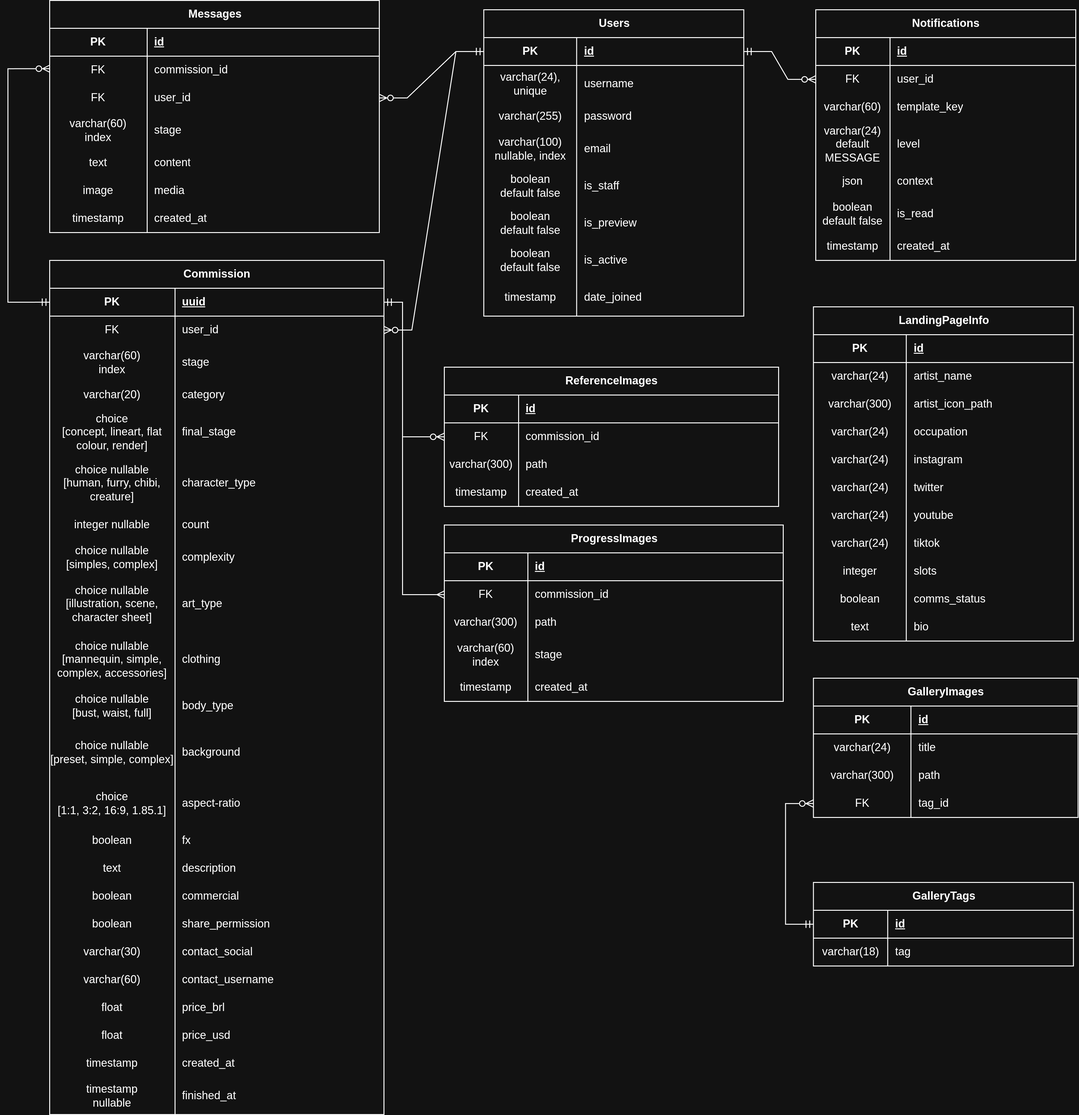
This is docs/diagramas/OAtelierER.png from nemesis-noctis/o-atelier, a draw.io export, as it was before one commit. Source tidied: cells renumbered, new cells last; positions are measured from the earlier drawing's top-left corner, leaving out a move shared by most shapes.
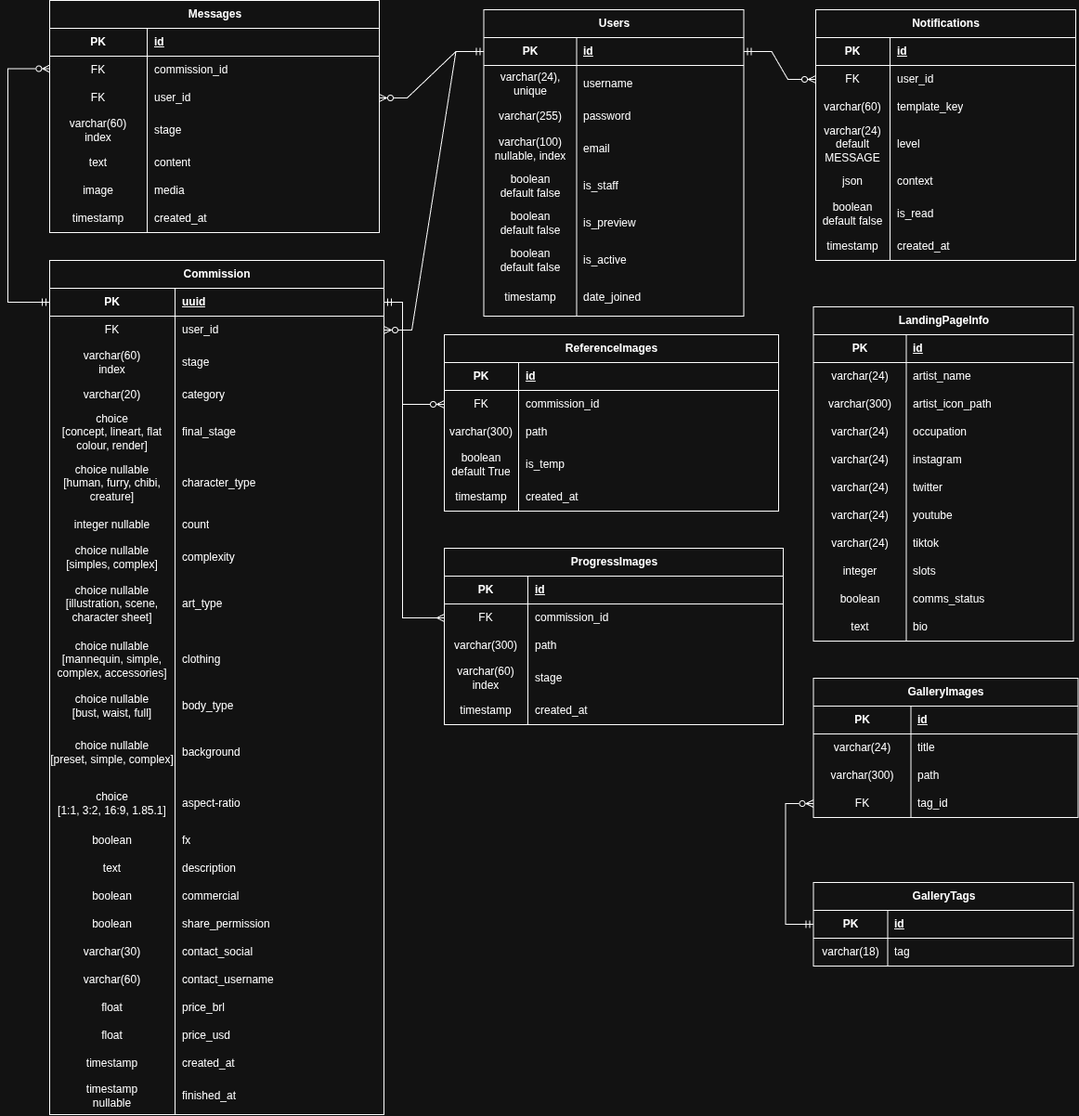
Above is the later version.

Commit message:
feat: Store temporary reference images to db and adjust models and docs to add is_temp column to reference images.

What changed in the source:
```diff
@@ -461,7 +461,7 @@
       <mxGeometry relative="1" as="geometry" />
     </mxCell>
     <mxCell id="153" value="ReferenceImages" style="shape=table;startSize=30;rowLines=0;fontStyle=1;align=center;html=1;" parent="1" vertex="1">
-      <mxGeometry x="470" y="395" width="360" height="150" as="geometry" />
+      <mxGeometry x="470" y="360" width="360" height="190" as="geometry" />
     </mxCell>
     <mxCell id="154" style="shape=tableRow;horizontal=0;startSize=0;swimlaneHead=0;swimlaneBody=0;fillColor=none;top=0;left=0;right=0;bottom=1;" parent="153" vertex="1">
       <mxGeometry y="30" width="360" height="30" as="geometry" />
@@ -490,8 +490,17 @@
     <mxCell id="162" value="path" style="shape=partialRectangle;fillColor=none;top=0;left=0;bottom=0;right=0;align=left;spacingLeft=6;overflow=hidden;whiteSpace=wrap;html=1;" parent="160" vertex="1">
       <mxGeometry x="80" width="280" height="30" as="geometry" />
     </mxCell>
+    <mxCell id="231" style="shape=tableRow;horizontal=0;startSize=0;swimlaneHead=0;swimlaneBody=0;fillColor=none;top=0;left=0;right=0;bottom=0;" parent="153" vertex="1">
+      <mxGeometry y="120" width="360" height="40" as="geometry" />
+    </mxCell>
+    <mxCell id="232" value="boolean&lt;br&gt;default True" style="shape=partialRectangle;fillColor=none;top=0;left=0;bottom=0;right=0;overflow=hidden;whiteSpace=wrap;html=1;" parent="231" vertex="1">
+      <mxGeometry width="80" height="40" as="geometry" />
+    </mxCell>
+    <mxCell id="233" value="is_temp" style="shape=partialRectangle;fillColor=none;top=0;left=0;bottom=0;right=0;align=left;spacingLeft=6;overflow=hidden;whiteSpace=wrap;html=1;" parent="231" vertex="1">
+      <mxGeometry x="80" width="280" height="40" as="geometry" />
+    </mxCell>
     <mxCell id="163" style="shape=tableRow;horizontal=0;startSize=0;swimlaneHead=0;swimlaneBody=0;fillColor=none;top=0;left=0;right=0;bottom=0;" parent="153" vertex="1">
-      <mxGeometry y="120" width="360" height="30" as="geometry" />
+      <mxGeometry y="160" width="360" height="30" as="geometry" />
     </mxCell>
     <mxCell id="164" value="timestamp" style="shape=partialRectangle;fillColor=none;top=0;left=0;bottom=0;right=0;overflow=hidden;whiteSpace=wrap;html=1;" parent="163" vertex="1">
       <mxGeometry width="80" height="30" as="geometry" />
@@ -500,7 +509,7 @@
       <mxGeometry x="80" width="280" height="30" as="geometry" />
     </mxCell>
     <mxCell id="166" value="ProgressImages" style="shape=table;startSize=30;rowLines=0;fontStyle=1;align=center;html=1;" parent="1" vertex="1">
-      <mxGeometry x="470" y="565" width="365" height="190" as="geometry" />
+      <mxGeometry x="470" y="590" width="365" height="190" as="geometry" />
     </mxCell>
     <mxCell id="167" style="shape=tableRow;horizontal=0;startSize=0;swimlaneHead=0;swimlaneBody=0;fillColor=none;top=0;left=0;right=0;bottom=1;" parent="166" vertex="1">
       <mxGeometry y="30" width="365" height="30" as="geometry" />
@@ -551,7 +560,7 @@
       <mxGeometry relative="1" as="geometry">
         <Array as="points">
           <mxPoint x="425" y="325" />
-          <mxPoint x="425" y="470" />
+          <mxPoint x="425" y="435" />
         </Array>
       </mxGeometry>
     </mxCell>
@@ -559,7 +568,7 @@
       <mxGeometry relative="1" as="geometry">
         <Array as="points">
           <mxPoint x="425" y="325" />
-          <mxPoint x="425" y="640" />
+          <mxPoint x="425" y="665" />
         </Array>
       </mxGeometry>
     </mxCell>
```
